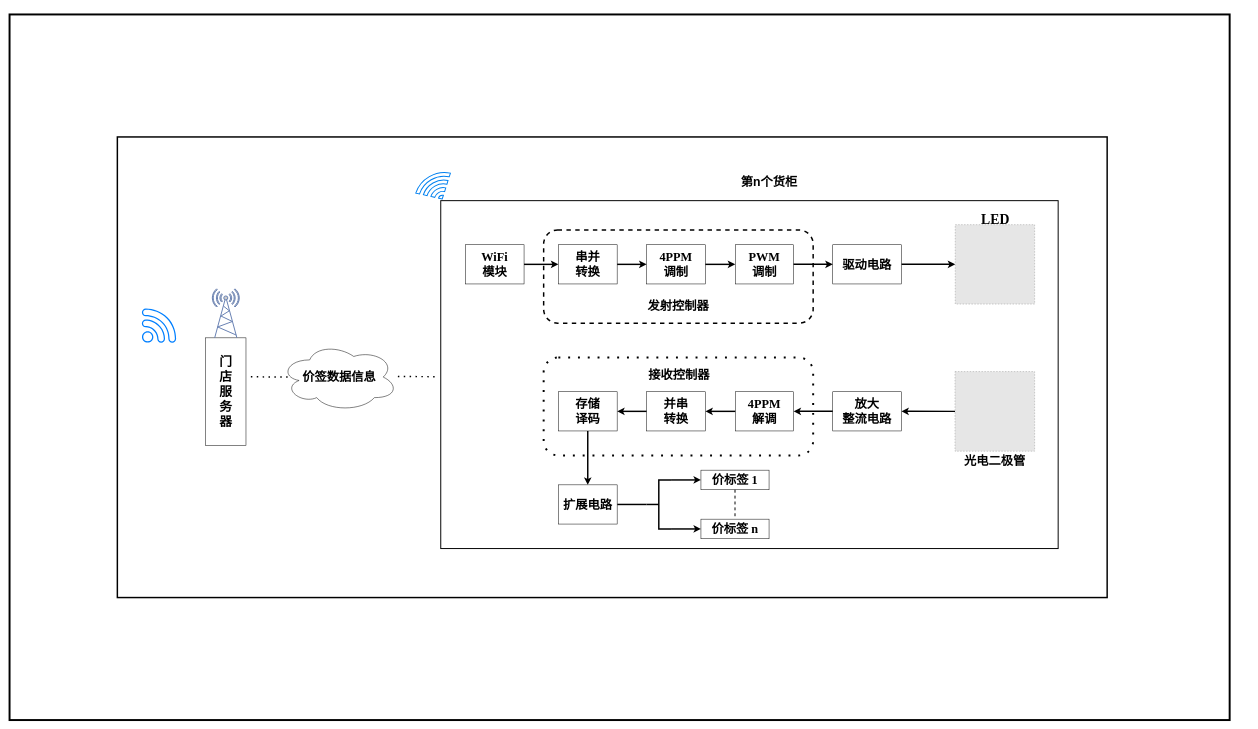
Before: 图.drawio in AXYZdong/useful-things, a draw.io diagram. Source tidied: cells renumbered, new cells numbered last; positions are measured from the earlier drawing's top-left corner, leaving out a move shared by most shapes. Both pictures are drawn from the tidied source at 49%, with x=0, y=0 at pixel (9, 14). Pictures stored in the file or linked from it are replaced by grey dashed boxes.
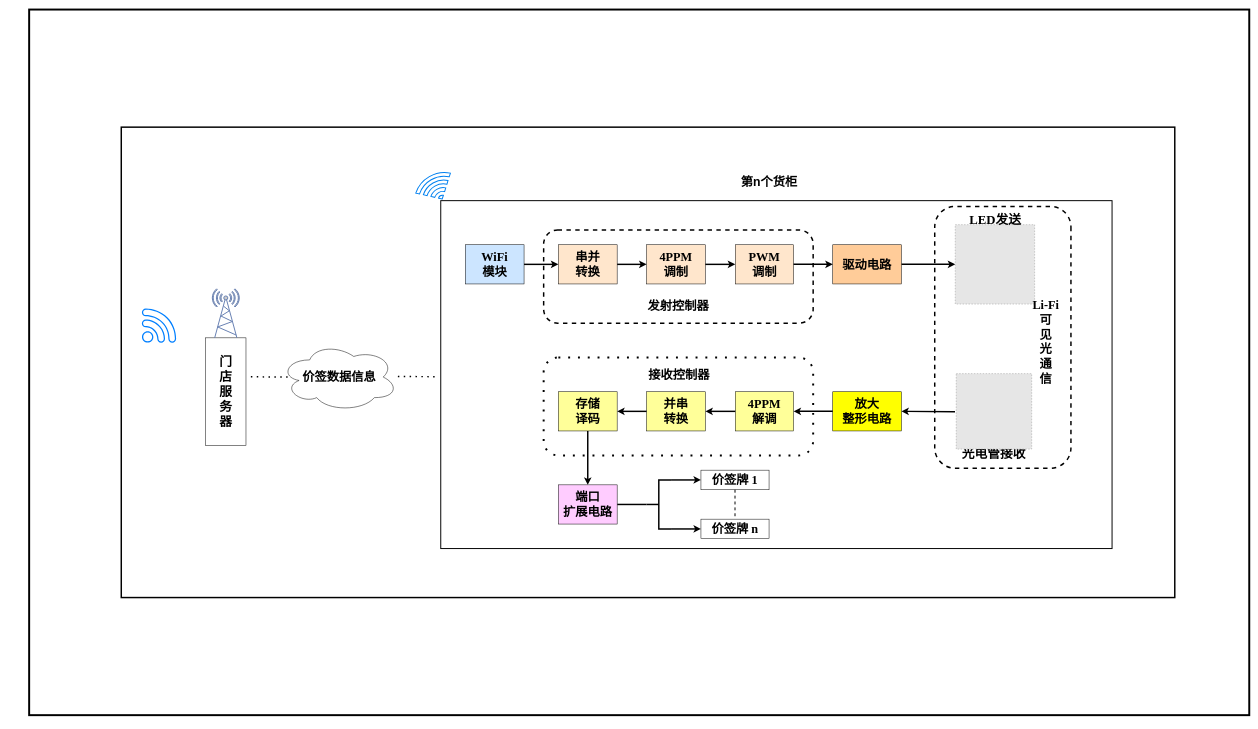
The same page after the edit.

Commit message:
光电 Li-Fi 更新图.drawio

What changed in the source:
```diff
@@
     <mxCell id="7" style="rounded=0;whiteSpace=wrap;html=1;fontFamily=Times New Roman;fontSize=18;fillColor=none;strokeWidth=2;" parent="1" vertex="1">
-      <mxGeometry x="880" y="380" width="1260" height="710" as="geometry" />
+      <mxGeometry x="880" y="380" width="1370" height="710" as="geometry" />
     </mxCell>
-    <mxCell id="8" value="&lt;b&gt;&lt;font style=&quot;font-size: 25px&quot;&gt;WiFi&lt;br&gt;模块&lt;/font&gt;&lt;/b&gt;" style="rounded=0;whiteSpace=wrap;html=1;fontFamily=Times New Roman;fontSize=18;" parent="1" vertex="1">
+    <mxCell id="8" value="&lt;b&gt;&lt;font style=&quot;font-size: 25px&quot;&gt;WiFi&lt;br&gt;模块&lt;/font&gt;&lt;/b&gt;" style="rounded=0;whiteSpace=wrap;html=1;fontFamily=Times New Roman;fontSize=18;labelBackgroundColor=none;fillColor=#CCE5FF;" parent="1" vertex="1">
       <mxGeometry x="930" y="470" width="120" height="80" as="geometry" />
     </mxCell>
-    <mxCell id="9" value="&lt;font style=&quot;font-size: 25px&quot;&gt;&lt;b&gt;串并&lt;br&gt;转换&lt;/b&gt;&lt;/font&gt;" style="rounded=0;whiteSpace=wrap;html=1;fontFamily=Times New Roman;fontSize=18;" parent="1" vertex="1">
+    <mxCell id="9" value="&lt;font style=&quot;font-size: 25px&quot;&gt;&lt;b&gt;串并&lt;br&gt;转换&lt;/b&gt;&lt;/font&gt;" style="rounded=0;whiteSpace=wrap;html=1;fontFamily=Times New Roman;fontSize=18;fillColor=#FFE6CC;" parent="1" vertex="1">
       <mxGeometry x="1120" y="470" width="120" height="80" as="geometry" />
     </mxCell>
@@
-    <mxCell id="11" value="&lt;b&gt;&lt;font style=&quot;font-size: 25px&quot;&gt;4PPM&lt;br&gt;调制&lt;/font&gt;&lt;/b&gt;" style="rounded=0;whiteSpace=wrap;html=1;fontFamily=Times New Roman;fontSize=18;" parent="1" vertex="1">
+    <mxCell id="11" value="&lt;b&gt;&lt;font style=&quot;font-size: 25px&quot;&gt;4PPM&lt;br&gt;调制&lt;/font&gt;&lt;/b&gt;" style="rounded=0;whiteSpace=wrap;html=1;fontFamily=Times New Roman;fontSize=18;fillColor=#FFE6CC;" parent="1" vertex="1">
       <mxGeometry x="1300" y="470" width="120" height="80" as="geometry" />
     </mxCell>
-    <mxCell id="12" value="&lt;b&gt;&lt;font style=&quot;font-size: 25px&quot;&gt;PWM&lt;br&gt;调制&lt;/font&gt;&lt;/b&gt;" style="rounded=0;whiteSpace=wrap;html=1;fontFamily=Times New Roman;fontSize=18;" parent="1" vertex="1">
+    <mxCell id="12" value="&lt;b&gt;&lt;font style=&quot;font-size: 25px&quot;&gt;PWM&lt;br&gt;调制&lt;/font&gt;&lt;/b&gt;" style="rounded=0;whiteSpace=wrap;html=1;fontFamily=Times New Roman;fontSize=18;fillColor=#FFE6CC;" parent="1" vertex="1">
       <mxGeometry x="1481" y="470" width="119" height="80" as="geometry" />
     </mxCell>
@@
-    <mxCell id="14" value="&lt;b&gt;&lt;font style=&quot;font-size: 25px&quot;&gt;驱动电路&lt;/font&gt;&lt;/b&gt;" style="rounded=0;whiteSpace=wrap;html=1;fontFamily=Times New Roman;fontSize=18;" parent="1" vertex="1">
+    <mxCell id="14" value="&lt;b&gt;&lt;font style=&quot;font-size: 25px&quot;&gt;驱动电路&lt;/font&gt;&lt;/b&gt;" style="rounded=0;whiteSpace=wrap;html=1;fontFamily=Times New Roman;fontSize=18;fillColor=#FFCC99;" parent="1" vertex="1">
       <mxGeometry x="1680" y="470" width="140" height="80" as="geometry" />
     </mxCell>
@@
-    <mxCell id="18" value="&lt;b style=&quot;font-size: 25px&quot;&gt;&lt;br&gt;&lt;br&gt;&lt;br&gt;&lt;br&gt;发射控制器&lt;/b&gt;" style="rounded=1;whiteSpace=wrap;html=1;fontFamily=Times New Roman;fontSize=20;fillColor=none;strokeWidth=3;dashed=1;" parent="1" vertex="1">
+    <mxCell id="18" value="&lt;b style=&quot;font-size: 25px&quot;&gt;&lt;br&gt;&lt;br&gt;&lt;br&gt;&lt;br&gt;发射控制器&lt;/b&gt;" style="rounded=1;whiteSpace=wrap;html=1;fontFamily=Times New Roman;fontSize=20;strokeWidth=3;dashed=1;fillColor=none;" parent="1" vertex="1">
       <mxGeometry x="1090" y="440" width="550" height="190" as="geometry" />
     </mxCell>
@@
-    <mxCell id="22" value="&lt;b&gt;&lt;font style=&quot;font-size: 25px&quot;&gt;存储&lt;br&gt;译码&lt;/font&gt;&lt;/b&gt;" style="rounded=0;whiteSpace=wrap;html=1;fontFamily=Times New Roman;fontSize=18;" parent="1" vertex="1">
+    <mxCell id="22" value="&lt;b&gt;&lt;font style=&quot;font-size: 25px&quot;&gt;存储&lt;br&gt;译码&lt;/font&gt;&lt;/b&gt;" style="rounded=0;whiteSpace=wrap;html=1;fontFamily=Times New Roman;fontSize=18;fillColor=#FFFF99;" parent="1" vertex="1">
       <mxGeometry x="1120" y="770" width="120" height="80" as="geometry" />
     </mxCell>
-    <mxCell id="23" value="&lt;b style=&quot;font-size: 25px&quot;&gt;并串&lt;br&gt;转换&lt;/b&gt;" style="rounded=0;whiteSpace=wrap;html=1;fontFamily=Times New Roman;fontSize=18;" parent="1" vertex="1">
+    <mxCell id="23" value="&lt;b style=&quot;font-size: 25px&quot;&gt;并串&lt;br&gt;转换&lt;/b&gt;" style="rounded=0;whiteSpace=wrap;html=1;fontFamily=Times New Roman;fontSize=18;fillColor=#FFFF99;" parent="1" vertex="1">
       <mxGeometry x="1300" y="770" width="120" height="80" as="geometry" />
     </mxCell>
-    <mxCell id="24" value="&lt;b style=&quot;font-size: 25px&quot;&gt;4PPM&lt;br&gt;解调&lt;/b&gt;" style="rounded=0;whiteSpace=wrap;html=1;fontFamily=Times New Roman;fontSize=18;" parent="1" vertex="1">
+    <mxCell id="24" value="&lt;b style=&quot;font-size: 25px&quot;&gt;4PPM&lt;br&gt;解调&lt;/b&gt;" style="rounded=0;whiteSpace=wrap;html=1;fontFamily=Times New Roman;fontSize=18;fillColor=#FFFF99;" parent="1" vertex="1">
       <mxGeometry x="1481" y="770" width="119" height="80" as="geometry" />
     </mxCell>
-    <mxCell id="25" style="edgeStyle=none;rounded=0;jettySize=auto;html=1;exitX=1;exitY=0.5;exitDx=0;exitDy=0;entryX=0;entryY=0.5;entryDx=0;entryDy=0;endArrow=none;endFill=0;strokeColor=#000000;strokeWidth=3;fontFamily=Times New Roman;fontSize=20;startArrow=classic;startFill=1;" parent="1" edge="1" source="26" target="40">
-      <mxGeometry relative="1" as="geometry" />
+    <mxCell id="25" style="edgeStyle=none;rounded=0;jettySize=auto;html=1;exitX=1;exitY=0.5;exitDx=0;exitDy=0;entryX=0;entryY=0.5;entryDx=0;entryDy=0;endArrow=none;endFill=0;strokeColor=#000000;strokeWidth=3;fontFamily=Times New Roman;fontSize=20;startArrow=classic;startFill=1;" parent="1" edge="1" source="26">
+      <mxGeometry relative="1" as="geometry">
+        <mxPoint x="1929.5" y="810.6" as="targetPoint" />
+      </mxGeometry>
     </mxCell>
-    <mxCell id="26" value="&lt;b&gt;&lt;font style=&quot;font-size: 25px&quot;&gt;放大&lt;br&gt;整流电路&lt;/font&gt;&lt;/b&gt;" style="rounded=0;whiteSpace=wrap;html=1;fontFamily=Times New Roman;fontSize=18;" parent="1" vertex="1">
+    <mxCell id="26" value="&lt;b&gt;&lt;font style=&quot;font-size: 25px&quot;&gt;放大&lt;br&gt;整形电路&lt;/font&gt;&lt;/b&gt;" style="rounded=0;whiteSpace=wrap;html=1;fontFamily=Times New Roman;fontSize=18;fillColor=#FFFF00;" parent="1" vertex="1">
       <mxGeometry x="1680" y="770" width="140" height="80" as="geometry" />
     </mxCell>
@@
-    <mxCell id="31" value="&lt;span style=&quot;font-size: 25px&quot;&gt;&lt;b&gt;扩展电路&lt;/b&gt;&lt;/span&gt;" style="rounded=0;whiteSpace=wrap;html=1;fontFamily=Times New Roman;fontSize=18;" parent="1" vertex="1">
+    <mxCell id="31" value="&lt;span style=&quot;font-size: 25px&quot;&gt;&lt;b&gt;端口&lt;br&gt;扩展电路&lt;/b&gt;&lt;/span&gt;" style="rounded=0;whiteSpace=wrap;html=1;fontFamily=Times New Roman;fontSize=18;fillColor=#FFCCFF;" parent="1" vertex="1">
       <mxGeometry x="1120" y="960" width="120" height="80" as="geometry" />
     </mxCell>
-    <mxCell id="32" value="&lt;b&gt;&lt;font style=&quot;font-size: 25px&quot;&gt;价标签 1&lt;/font&gt;&lt;/b&gt;" style="rounded=0;whiteSpace=wrap;html=1;fontFamily=Times New Roman;fontSize=18;" parent="1" vertex="1">
+    <mxCell id="32" value="&lt;b&gt;&lt;font style=&quot;font-size: 25px&quot;&gt;价签牌 1&lt;/font&gt;&lt;/b&gt;" style="rounded=0;whiteSpace=wrap;html=1;fontFamily=Times New Roman;fontSize=18;" parent="1" vertex="1">
       <mxGeometry x="1411" y="930" width="139" height="40" as="geometry" />
     </mxCell>
-    <mxCell id="33" value="&lt;b&gt;&lt;font style=&quot;font-size: 25px&quot;&gt;价标签 n&lt;/font&gt;&lt;/b&gt;" style="rounded=0;whiteSpace=wrap;html=1;fontFamily=Times New Roman;fontSize=18;" parent="1" vertex="1">
+    <mxCell id="33" value="&lt;b&gt;&lt;font style=&quot;font-size: 25px&quot;&gt;价签牌 n&lt;/font&gt;&lt;/b&gt;" style="rounded=0;whiteSpace=wrap;html=1;fontFamily=Times New Roman;fontSize=18;" parent="1" vertex="1">
       <mxGeometry x="1411" y="1030" width="139" height="40" as="geometry" />
     </mxCell>
@@
-    <mxCell id="40" style="fillColor=#E6E6E6;strokeColor=#999999;dashed=1;html=1;verticalAlign=top;verticalLabelPosition=bottom;labelBackgroundColor=#ffffff;fontFamily=Times New Roman;fontSize=20;" parent="1" vertex="1">
-      <mxGeometry x="1929.5" y="728.8" width="162.5" height="162.5" as="geometry" />
-    </mxCell>
-    <mxCell id="41" value="&lt;font style=&quot;font-size: 25px&quot;&gt;&lt;b&gt;光电二极管&lt;/b&gt;&lt;/font&gt;" style="text;html=1;strokeColor=none;fillColor=none;align=center;verticalAlign=middle;whiteSpace=wrap;rounded=0;fontFamily=Times New Roman;fontSize=20;" parent="1" vertex="1">
-      <mxGeometry x="1930.8" y="900" width="160" height="20" as="geometry" />
+    <mxCell id="41" value="&lt;font size=&quot;1&quot;&gt;&lt;b style=&quot;font-size: 26px&quot;&gt;光电管接收&lt;/b&gt;&lt;/font&gt;" style="text;html=1;strokeColor=none;fillColor=none;align=center;verticalAlign=middle;whiteSpace=wrap;rounded=0;fontFamily=Times New Roman;fontSize=20;" parent="1" vertex="1">
+      <mxGeometry x="1929" y="887" width="160" height="20" as="geometry" />
     </mxCell>
-    <mxCell id="42" value="&lt;font size=&quot;1&quot;&gt;&lt;b style=&quot;font-size: 28px&quot;&gt;LED&lt;/b&gt;&lt;/font&gt;" style="text;html=1;strokeColor=none;fillColor=none;align=center;verticalAlign=middle;whiteSpace=wrap;rounded=0;fontFamily=Times New Roman;fontSize=20;" parent="1" vertex="1">
+    <mxCell id="42" value="&lt;font size=&quot;1&quot;&gt;&lt;b style=&quot;font-size: 26px&quot;&gt;LED发送&lt;/b&gt;&lt;/font&gt;" style="text;html=1;strokeColor=none;fillColor=none;align=center;verticalAlign=middle;whiteSpace=wrap;rounded=0;fontFamily=Times New Roman;fontSize=20;" parent="1" vertex="1">
       <mxGeometry x="1932" y="409" width="160" height="20" as="geometry" />
     </mxCell>
     <mxCell id="43" style="rounded=0;whiteSpace=wrap;html=1;strokeWidth=3;fillColor=none;fontFamily=Times New Roman;fontSize=20;" parent="1" vertex="1">
-      <mxGeometry x="220" y="250" width="2020" height="940" as="geometry" />
+      <mxGeometry x="228" y="230" width="2150" height="960" as="geometry" />
     </mxCell>
@@
     <mxCell id="45" style="rounded=0;whiteSpace=wrap;html=1;strokeWidth=4;fillColor=none;" parent="1" vertex="1">
-      <mxGeometry width="2490" height="1440" as="geometry" />
+      <mxGeometry x="40" y="-10" width="2490" height="1440" as="geometry" />
     </mxCell>
@@
+    <mxCell id="47" style="fillColor=#E6E6E6;strokeColor=#999999;dashed=1;html=1;verticalAlign=top;verticalLabelPosition=bottom;labelBackgroundColor=#ffffff;" parent="1" vertex="1">
+      <mxGeometry x="1932" y="733" width="154" height="154" as="geometry" />
+    </mxCell>
+    <mxCell id="48" style="rounded=1;whiteSpace=wrap;html=1;sketch=0;fillColor=none;strokeWidth=3;dashed=1;rotation=90;" parent="1" vertex="1">
+      <mxGeometry x="1760" y="520" width="534.2" height="278" as="geometry" />
+    </mxCell>
+    <mxCell id="49" value="&lt;font style=&quot;font-size: 25px&quot; face=&quot;Times New Roman&quot;&gt;&lt;b&gt;Li-Fi&lt;br&gt;可&lt;br&gt;见&lt;br&gt;光&lt;br&gt;通&lt;br&gt;信&lt;/b&gt;&lt;/font&gt;" style="text;html=1;strokeColor=none;fillColor=none;align=center;verticalAlign=middle;whiteSpace=wrap;rounded=0;dashed=1;sketch=0;" parent="1" vertex="1">
+      <mxGeometry x="2080" y="550" width="70" height="236" as="geometry" />
+    </mxCell>
```
